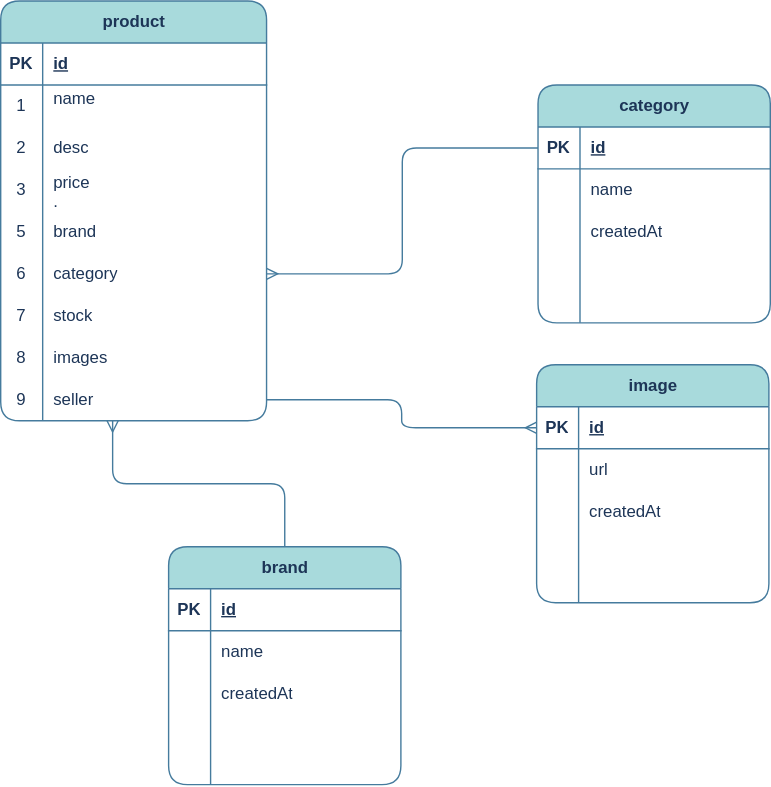
Above: System Design/product_service_db_design.drawio.svg in Sandesh12adk/Daraz (draw.io), before the change. Source tidied: cells renumbered, new cells last; positions are measured from the earlier drawing's top-left corner, leaving out a move shared by most shapes.
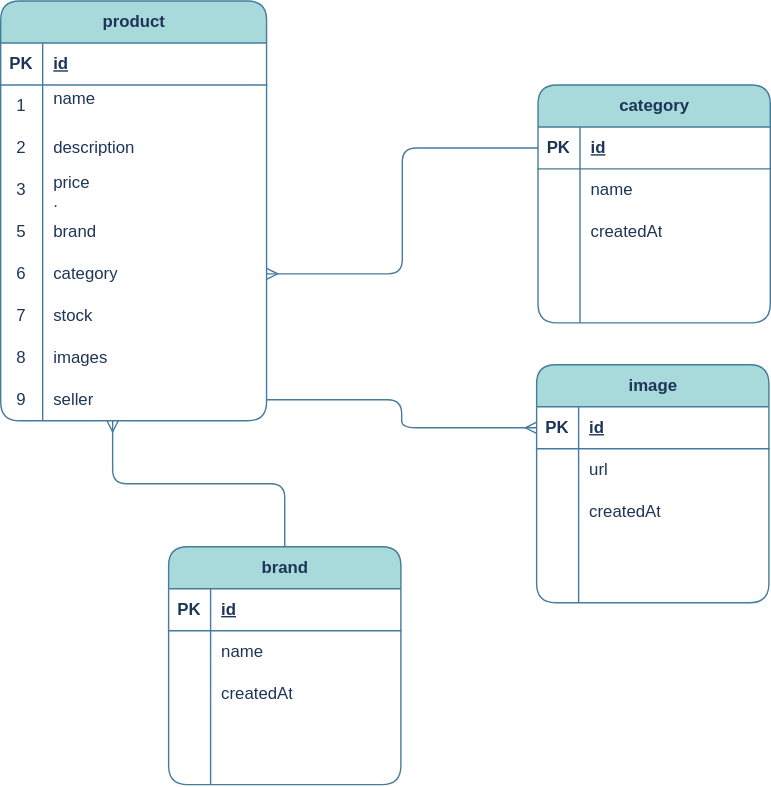
The same diagram one commit later.

Change to the diagram source:
```diff
@@ -32,7 +32,7 @@
     <mxCell id="11" value="2" style="shape=partialRectangle;fillColor=none;top=0;left=0;bottom=0;right=0;overflow=hidden;whiteSpace=wrap;html=1;labelBackgroundColor=none;rounded=1;strokeColor=#457B9D;fontColor=#1D3557;" parent="10" vertex="1">
       <mxGeometry width="30" height="30" as="geometry" />
     </mxCell>
-    <mxCell id="12" value="desc" style="shape=partialRectangle;fillColor=none;top=0;left=0;bottom=0;right=0;align=left;spacingLeft=6;overflow=hidden;whiteSpace=wrap;html=1;labelBackgroundColor=none;rounded=1;strokeColor=#457B9D;fontColor=#1D3557;" parent="10" vertex="1">
+    <mxCell id="12" value="description" style="shape=partialRectangle;fillColor=none;top=0;left=0;bottom=0;right=0;align=left;spacingLeft=6;overflow=hidden;whiteSpace=wrap;html=1;labelBackgroundColor=none;rounded=1;strokeColor=#457B9D;fontColor=#1D3557;" parent="10" vertex="1">
       <mxGeometry x="30" width="160" height="30" as="geometry" />
     </mxCell>
     <mxCell id="13" style="shape=tableRow;horizontal=0;startSize=0;swimlaneHead=0;swimlaneBody=0;fillColor=none;top=0;left=0;right=0;bottom=0;labelBackgroundColor=none;rounded=1;strokeColor=#457B9D;fontColor=#1D3557;" parent="3" vertex="1">
```
